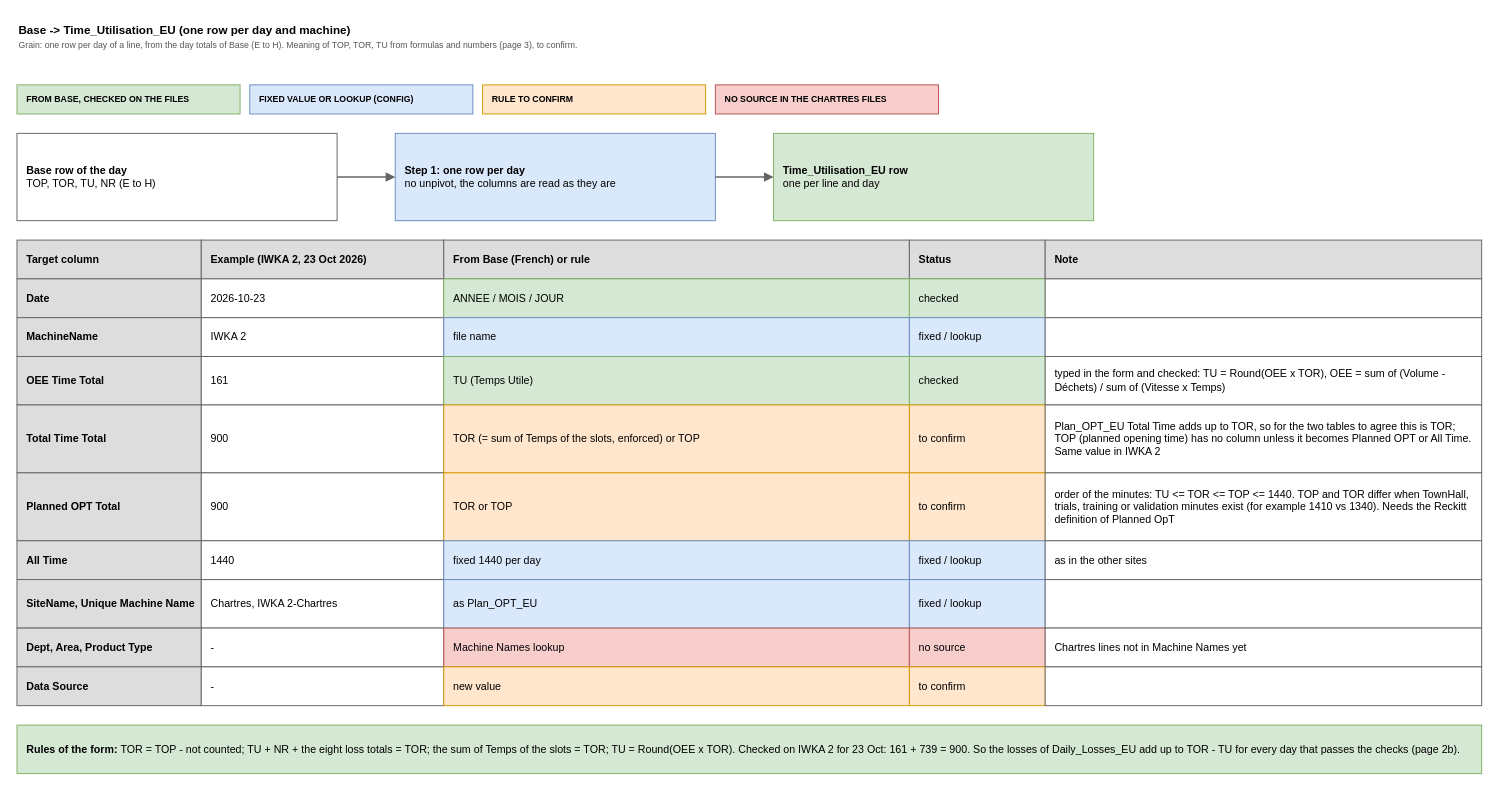
Earlier version of the draw.io diagram page "6 Base to Time_Utilisation_EU" (7 of 9) of diagrams/chartres-source-map.drawio (AbiyyuMufti/SIH-IBMX-R). Source tidied: cells renumbered, new cells numbered last; positions are measured from the earlier drawing's top-left corner, leaving out a move shared by most shapes. Both pictures are drawn from the tidied source at 97%, with x=0, y=0 at pixel (16, 16).
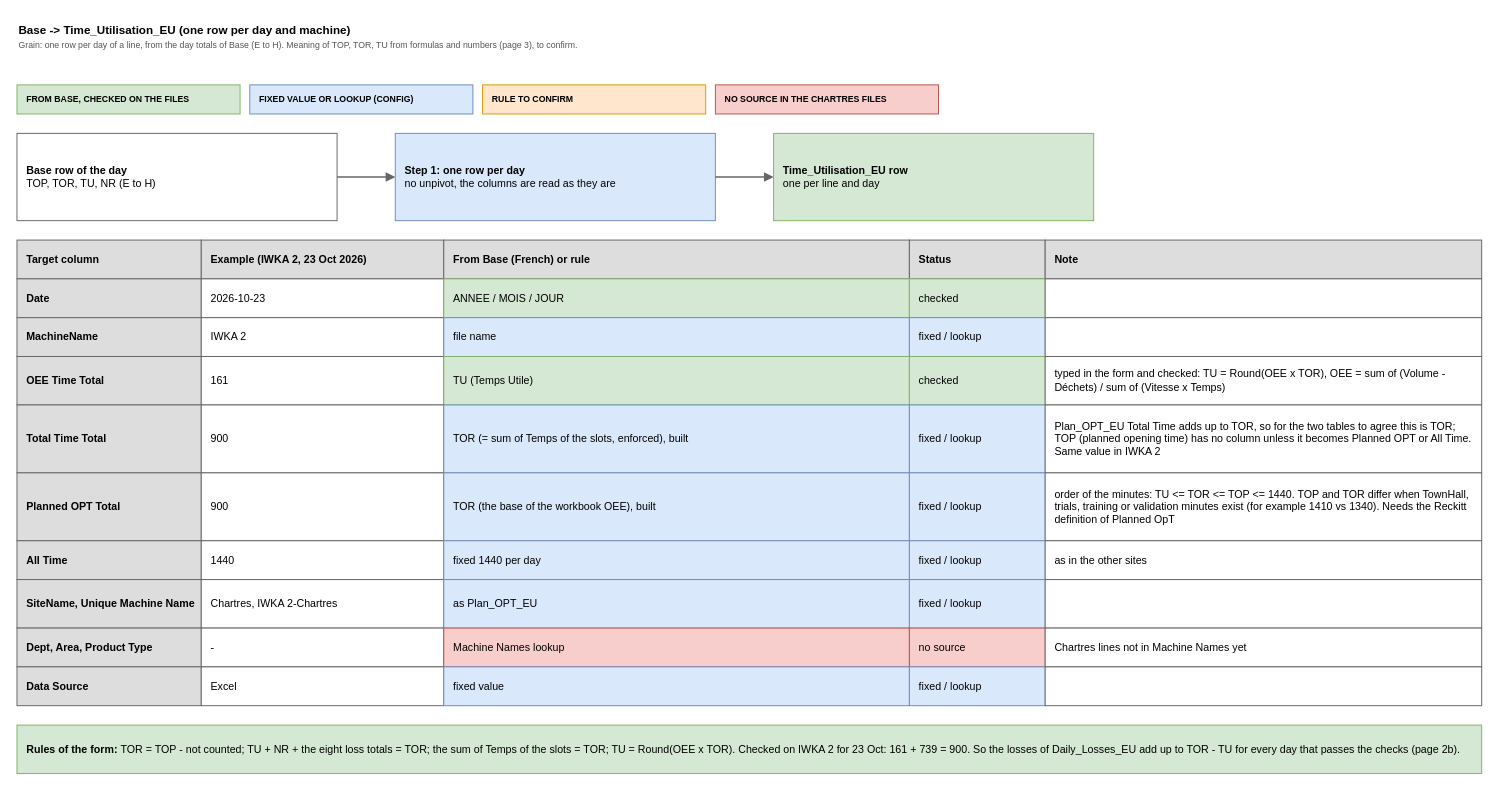
The same diagram, later.

Diff of the diagram source:
```diff
@@
-    <mxCell id="34" value="TOR (= sum of Temps of the slots, enforced) or TOP" style="rounded=0;whiteSpace=wrap;html=1;align=left;verticalAlign=middle;spacingLeft=8;spacingRight=6;fontSize=11;fillColor=#ffe6cc;strokeColor=#d79b00;" parent="1" vertex="1">
+    <mxCell id="34" value="TOR (= sum of Temps of the slots, enforced), built" style="rounded=0;whiteSpace=wrap;html=1;align=left;verticalAlign=middle;spacingLeft=8;spacingRight=6;fontSize=11;fillColor=#dae8fc;strokeColor=#6c8ebf;" parent="1" vertex="1">
       <mxGeometry x="440" y="400" width="480" height="70" as="geometry" />
     </mxCell>
-    <mxCell id="35" value="to confirm" style="rounded=0;whiteSpace=wrap;html=1;align=left;verticalAlign=middle;spacingLeft=8;spacingRight=6;fontSize=11;fillColor=#ffe6cc;strokeColor=#d79b00;" parent="1" vertex="1">
+    <mxCell id="35" value="fixed / lookup" style="rounded=0;whiteSpace=wrap;html=1;align=left;verticalAlign=middle;spacingLeft=8;spacingRight=6;fontSize=11;fillColor=#dae8fc;strokeColor=#6c8ebf;" parent="1" vertex="1">
       <mxGeometry x="920" y="400" width="140" height="70" as="geometry" />
     </mxCell>
@@
-    <mxCell id="39" value="TOR or TOP" style="rounded=0;whiteSpace=wrap;html=1;align=left;verticalAlign=middle;spacingLeft=8;spacingRight=6;fontSize=11;fillColor=#ffe6cc;strokeColor=#d79b00;" parent="1" vertex="1">
+    <mxCell id="39" value="TOR (the base of the workbook OEE), built" style="rounded=0;whiteSpace=wrap;html=1;align=left;verticalAlign=middle;spacingLeft=8;spacingRight=6;fontSize=11;fillColor=#dae8fc;strokeColor=#6c8ebf;" parent="1" vertex="1">
       <mxGeometry x="440" y="470" width="480" height="70" as="geometry" />
     </mxCell>
-    <mxCell id="40" value="to confirm" style="rounded=0;whiteSpace=wrap;html=1;align=left;verticalAlign=middle;spacingLeft=8;spacingRight=6;fontSize=11;fillColor=#ffe6cc;strokeColor=#d79b00;" parent="1" vertex="1">
+    <mxCell id="40" value="fixed / lookup" style="rounded=0;whiteSpace=wrap;html=1;align=left;verticalAlign=middle;spacingLeft=8;spacingRight=6;fontSize=11;fillColor=#dae8fc;strokeColor=#6c8ebf;" parent="1" vertex="1">
       <mxGeometry x="920" y="470" width="140" height="70" as="geometry" />
     </mxCell>
@@
-    <mxCell id="58" value="-" style="rounded=0;whiteSpace=wrap;html=1;align=left;verticalAlign=middle;spacingLeft=8;spacingRight=6;fontSize=11;fillColor=#ffffff;strokeColor=#666666;" parent="1" vertex="1">
+    <mxCell id="58" value="Excel" style="rounded=0;whiteSpace=wrap;html=1;align=left;verticalAlign=middle;spacingLeft=8;spacingRight=6;fontSize=11;fillColor=#ffffff;strokeColor=#666666;" parent="1" vertex="1">
       <mxGeometry x="190" y="670" width="250" height="40" as="geometry" />
     </mxCell>
-    <mxCell id="59" value="new value" style="rounded=0;whiteSpace=wrap;html=1;align=left;verticalAlign=middle;spacingLeft=8;spacingRight=6;fontSize=11;fillColor=#ffe6cc;strokeColor=#d79b00;" parent="1" vertex="1">
+    <mxCell id="59" value="fixed value" style="rounded=0;whiteSpace=wrap;html=1;align=left;verticalAlign=middle;spacingLeft=8;spacingRight=6;fontSize=11;fillColor=#dae8fc;strokeColor=#6c8ebf;" parent="1" vertex="1">
       <mxGeometry x="440" y="670" width="480" height="40" as="geometry" />
     </mxCell>
-    <mxCell id="60" value="to confirm" style="rounded=0;whiteSpace=wrap;html=1;align=left;verticalAlign=middle;spacingLeft=8;spacingRight=6;fontSize=11;fillColor=#ffe6cc;strokeColor=#d79b00;" parent="1" vertex="1">
+    <mxCell id="60" value="fixed / lookup" style="rounded=0;whiteSpace=wrap;html=1;align=left;verticalAlign=middle;spacingLeft=8;spacingRight=6;fontSize=11;fillColor=#dae8fc;strokeColor=#6c8ebf;" parent="1" vertex="1">
       <mxGeometry x="920" y="670" width="140" height="40" as="geometry" />
     </mxCell>
```
